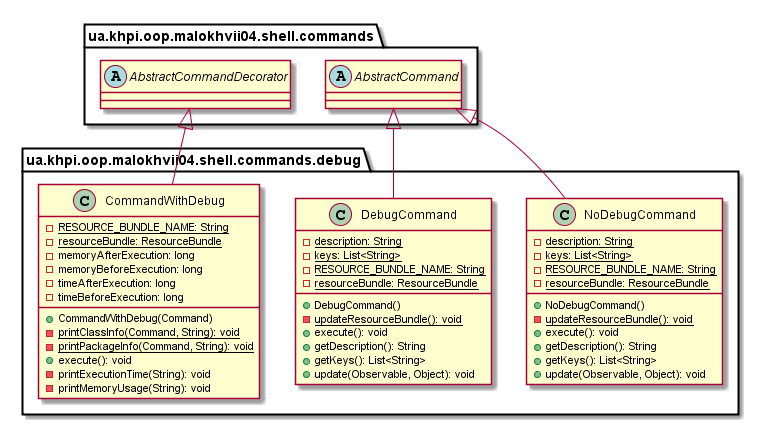
P-Kalin/kit26a keeps this PlantUML diagram as malokhvii-eduard/malokhvii04/doc/plantuml/png/ua.khpi.oop.malokhvii04.shell.commands.debug.package.png. Above is the earlier version. The source it was exported from:
```plantuml
@startuml

    namespace ua.khpi.oop.malokhvii04.shell.commands.debug {

        class NoDebugCommand {
            {static} -description: String
            {static} -keys: List<String>
            {static} -RESOURCE_BUNDLE_NAME: String
            {static} -resourceBundle: ResourceBundle
            +NoDebugCommand()
            {static} -updateResourceBundle(): void
            +execute(): void
            +getDescription(): String
            +getKeys(): List<String>
            +update(Observable, Object): void
        }

        class DebugCommand {
            {static} -description: String
            {static} -keys: List<String>
            {static} -RESOURCE_BUNDLE_NAME: String
            {static} -resourceBundle: ResourceBundle
            +DebugCommand()
            {static} -updateResourceBundle(): void
            +execute(): void
            +getDescription(): String
            +getKeys(): List<String>
            +update(Observable, Object): void
        }

        class CommandWithDebug {
            {static} -RESOURCE_BUNDLE_NAME: String
            {static} -resourceBundle: ResourceBundle
            -memoryAfterExecution: long
            -memoryBeforeExecution: long
            -timeAfterExecution: long
            -timeBeforeExecution: long
            +CommandWithDebug(Command)
            {static} -printClassInfo(Command, String): void
            {static} -printPackageInfo(Command, String): void
            +execute(): void
            -printExecutionTime(String): void
            -printMemoryUsage(String): void
        }

        abstract class ua.khpi.oop.malokhvii04.shell.commands.AbstractCommand
        ua.khpi.oop.malokhvii04.shell.commands.AbstractCommand <|-- NoDebugCommand

        ua.khpi.oop.malokhvii04.shell.commands.AbstractCommand <|-- DebugCommand

        abstract class ua.khpi.oop.malokhvii04.shell.commands.AbstractCommandDecorator
        ua.khpi.oop.malokhvii04.shell.commands.AbstractCommandDecorator <|-- CommandWithDebug

    }

@enduml
```
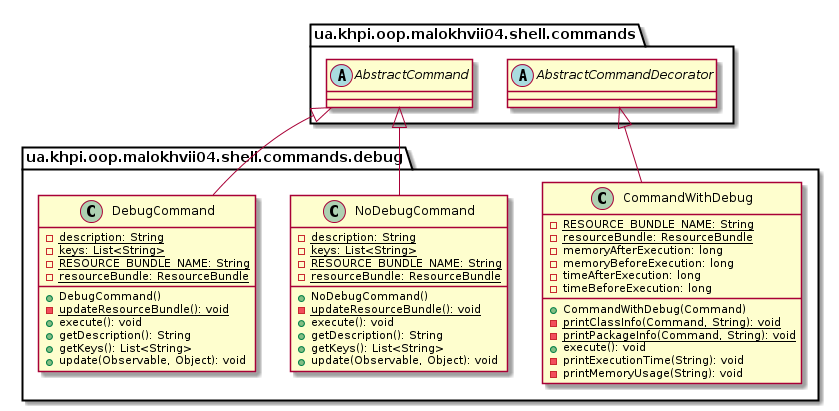
After the change.

The edit, as a diff of the source:
```diff
@@ -1,6 +1,21 @@
 @startuml
 
     namespace ua.khpi.oop.malokhvii04.shell.commands.debug {
+
+        class CommandWithDebug {
+            {static} -RESOURCE_BUNDLE_NAME: String
+            {static} -resourceBundle: ResourceBundle
+            -memoryAfterExecution: long
+            -memoryBeforeExecution: long
+            -timeAfterExecution: long
+            -timeBeforeExecution: long
+            +CommandWithDebug(Command)
+            {static} -printClassInfo(Command, String): void
+            {static} -printPackageInfo(Command, String): void
+            +execute(): void
+            -printExecutionTime(String): void
+            -printMemoryUsage(String): void
+        }
 
         class NoDebugCommand {
             {static} -description: String
@@ -28,29 +43,14 @@
             +update(Observable, Object): void
         }
 
-        class CommandWithDebug {
-            {static} -RESOURCE_BUNDLE_NAME: String
-            {static} -resourceBundle: ResourceBundle
-            -memoryAfterExecution: long
-            -memoryBeforeExecution: long
-            -timeAfterExecution: long
-            -timeBeforeExecution: long
-            +CommandWithDebug(Command)
-            {static} -printClassInfo(Command, String): void
-            {static} -printPackageInfo(Command, String): void
-            +execute(): void
-            -printExecutionTime(String): void
-            -printMemoryUsage(String): void
-        }
+        abstract class ua.khpi.oop.malokhvii04.shell.commands.AbstractCommandDecorator
+        ua.khpi.oop.malokhvii04.shell.commands.AbstractCommandDecorator <|-- CommandWithDebug
 
         abstract class ua.khpi.oop.malokhvii04.shell.commands.AbstractCommand
         ua.khpi.oop.malokhvii04.shell.commands.AbstractCommand <|-- NoDebugCommand
 
         ua.khpi.oop.malokhvii04.shell.commands.AbstractCommand <|-- DebugCommand
 
-        abstract class ua.khpi.oop.malokhvii04.shell.commands.AbstractCommandDecorator
-        ua.khpi.oop.malokhvii04.shell.commands.AbstractCommandDecorator <|-- CommandWithDebug
-
     }
 
 @enduml
```
